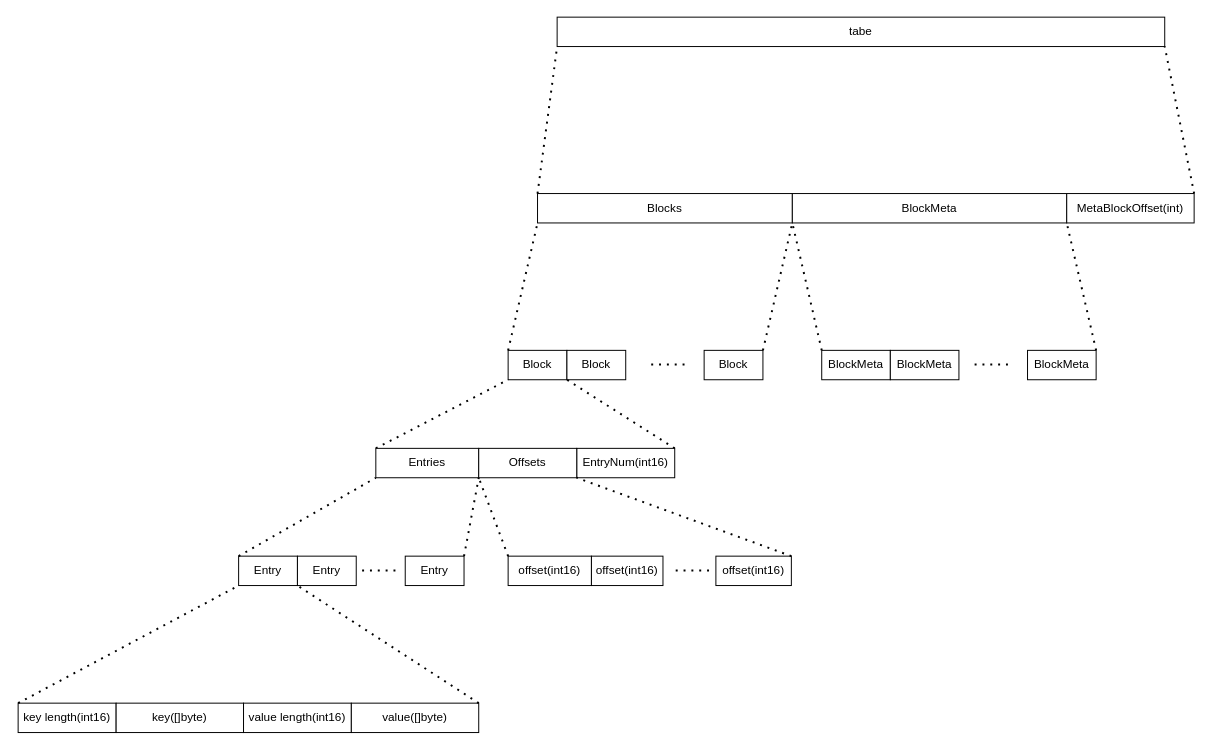
ISSuh/lsm-tree keeps this draw.io diagram as doc/arch.drawio. Above is the earlier version. Source tidied: cells renumbered, new cells numbered last; positions are measured from the earlier drawing's top-left corner, leaving out a move shared by most shapes. Both pictures are drawn from the tidied source at 98%, with x=0, y=0 at pixel (18, 17).
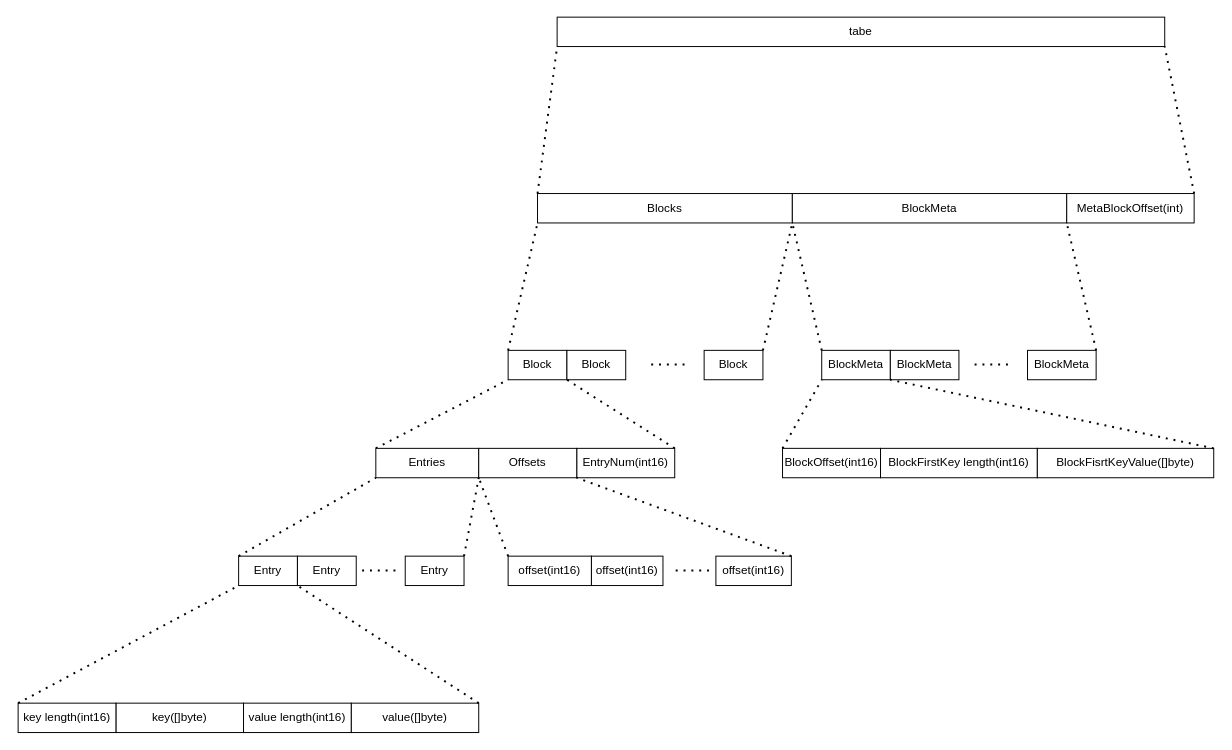
The same diagram, later.

The change refers to these unchanged cells:
```xml
<mxCell id="17" value="BlockMeta" style="rounded=0;whiteSpace=wrap;html=1;" parent="1" vertex="1">
  <mxGeometry x="820" y="340" width="70" height="30" as="geometry" />
</mxCell>
<mxCell id="19" value="BlockMeta" style="rounded=0;whiteSpace=wrap;html=1;" parent="1" vertex="1">
  <mxGeometry x="890" y="340" width="70" height="30" as="geometry" />
</mxCell>
```

What changed in the source:
```diff
@@
+    <mxCell id="43" value="BlockOffset(int16)" style="rounded=0;whiteSpace=wrap;html=1;" parent="1" vertex="1">
+      <mxGeometry x="780" y="440" width="100" height="30" as="geometry" />
+    </mxCell>
+    <mxCell id="44" value="BlockFirstKey length(int16)" style="rounded=0;whiteSpace=wrap;html=1;" parent="1" vertex="1">
+      <mxGeometry x="880" y="440" width="160" height="30" as="geometry" />
+    </mxCell>
+    <mxCell id="45" value="BlockFisrtKeyValue([]byte)" style="rounded=0;whiteSpace=wrap;html=1;" parent="1" vertex="1">
+      <mxGeometry x="1040" y="440" width="180" height="30" as="geometry" />
+    </mxCell>
+    <mxCell id="46" style="endArrow=none;dashed=1;html=1;dashPattern=1 3;strokeWidth=2;exitX=0;exitY=0;exitDx=0;exitDy=0;entryX=0;entryY=1;entryDx=0;entryDy=0;" parent="1" edge="1" source="43" target="17">
+      <mxGeometry relative="1" as="geometry" />
+    </mxCell>
+    <mxCell id="47" style="endArrow=none;dashed=1;html=1;dashPattern=1 3;strokeWidth=2;exitX=1;exitY=0;exitDx=0;exitDy=0;entryX=0;entryY=1;entryDx=0;entryDy=0;" parent="1" edge="1" source="45" target="19">
+      <mxGeometry relative="1" as="geometry" />
+    </mxCell>
```
